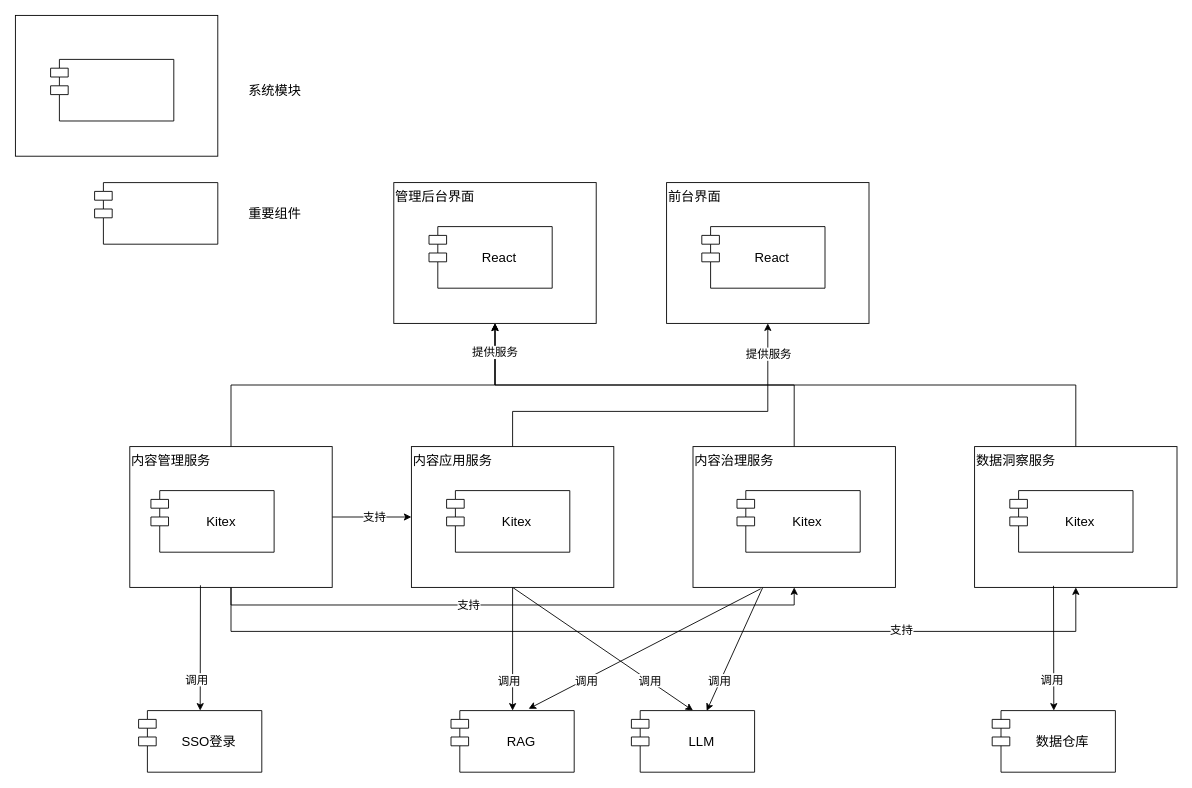
Before: page "开发视图" (11 of 25) of figure/figures.drawio in jqq04/nju-thesis-2026, a draw.io diagram. Source tidied: cells renumbered, new cells numbered last; positions are measured from the earlier drawing's top-left corner, leaving out a move shared by most shapes. Both pictures are drawn from the tidied source at 88%, with x=0, y=0 at pixel (15, 15).
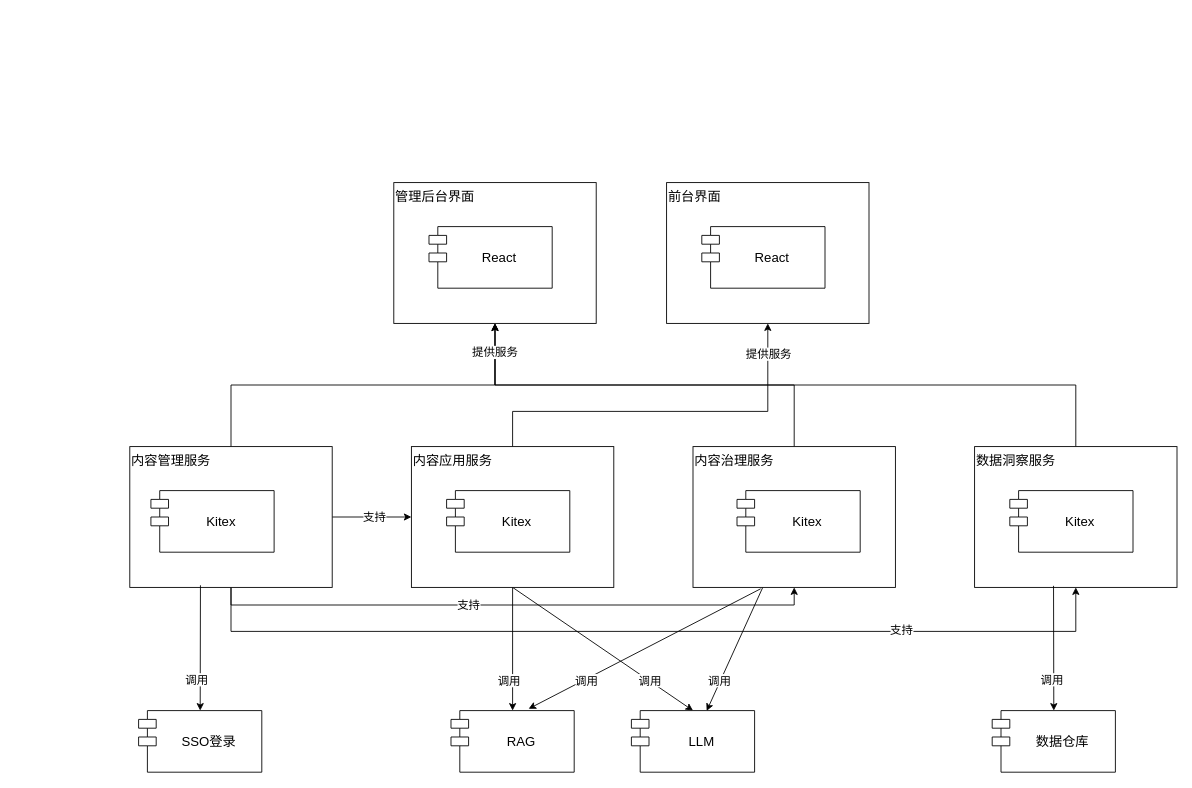
The same diagram, later.

What changed in the source:
```diff
@@
-    <mxCell id="40" style="rounded=0;whiteSpace=wrap;html=1;align=left;verticalAlign=top;fontSize=15;" parent="1" vertex="1">
-      <mxGeometry width="230" height="160" as="geometry" />
-    </mxCell>
-    <mxCell id="41" style="shape=module;align=left;spacingLeft=20;align=center;verticalAlign=middle;whiteSpace=wrap;html=1;" parent="1" vertex="1">
-      <mxGeometry x="40" y="50" width="140" height="70" as="geometry" />
-    </mxCell>
-    <mxCell id="42" value="&lt;font style=&quot;font-size: 15px;&quot;&gt;系统模块&lt;/font&gt;" style="text;html=1;whiteSpace=wrap;strokeColor=none;fillColor=none;align=center;verticalAlign=middle;rounded=0;" parent="1" vertex="1">
-      <mxGeometry x="250" y="70" width="90" height="30" as="geometry" />
-    </mxCell>
-    <mxCell id="43" style="shape=module;align=left;spacingLeft=20;align=center;verticalAlign=middle;whiteSpace=wrap;html=1;" parent="1" vertex="1">
-      <mxGeometry x="90" y="190" width="140" height="70" as="geometry" />
-    </mxCell>
-    <mxCell id="44" value="&lt;font style=&quot;font-size: 15px;&quot;&gt;重要组件&lt;/font&gt;" style="text;html=1;whiteSpace=wrap;strokeColor=none;fillColor=none;align=center;verticalAlign=middle;rounded=0;" parent="1" vertex="1">
-      <mxGeometry x="250" y="210" width="90" height="30" as="geometry" />
-    </mxCell>
```
